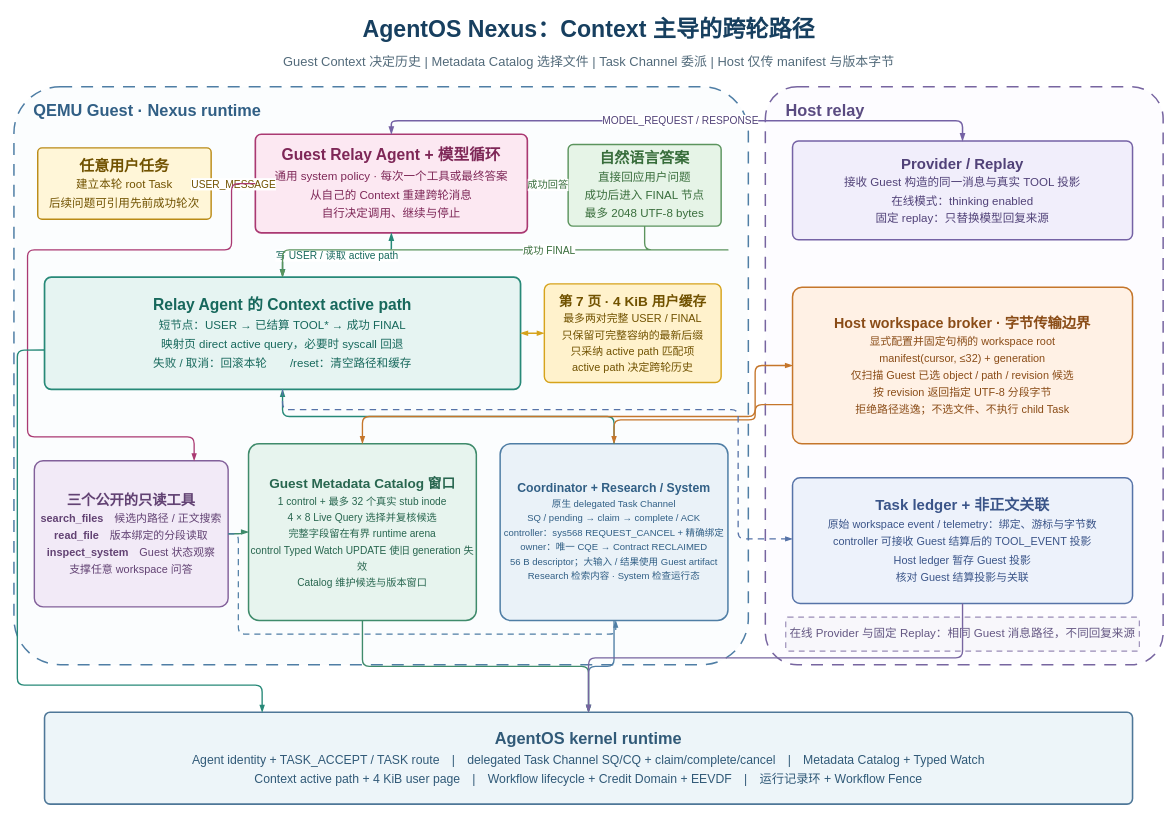
yushugulao/Agent-OS keeps this draw.io diagram as docs/figures/architecture/nexus_runtime_flow.drawio. Above is the earlier version. Source tidied: cells renumbered, new cells numbered last; positions are measured from the earlier drawing's top-left corner, leaving out a move shared by most shapes. Both pictures are drawn from the tidied source at 68%, with x=0, y=0 at pixel (14, 12).
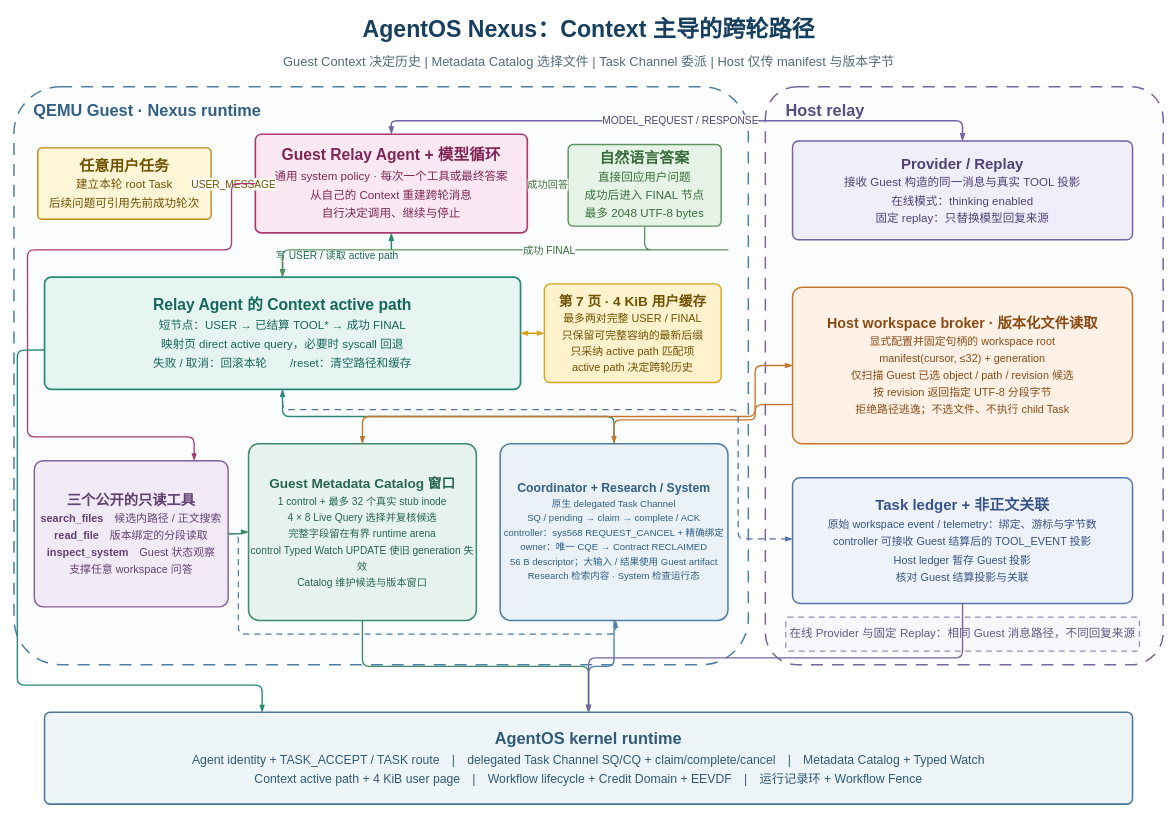
The same diagram, later.

Diff of the diagram source:
```diff
@@
-    <mxCell id="17" value="&lt;b&gt;Host workspace broker · 字节传输边界&lt;/b&gt;&lt;br&gt;&lt;font style=&quot;font-size:16px&quot;&gt;显式配置并固定句柄的 workspace root&lt;br&gt;manifest(cursor, ≤32) + generation&lt;br&gt;仅扫描 Guest 已选 object / path / revision 候选&lt;br&gt;按 revision 返回指定 UTF-8 分段字节&lt;br&gt;拒绝路径逃逸；不选文件、不执行 child Task&lt;/font&gt;" style="rounded=1;whiteSpace=wrap;html=1;fillColor=#FFF1E5;strokeColor=#C5762B;strokeWidth=2.2;align=center;verticalAlign=middle;fontSize=21;fontColor=#8A4C17;fontFamily=Microsoft YaHei;arcSize=6;" parent="1" vertex="1">
+    <mxCell id="17" value="&lt;b&gt;Host workspace broker · 版本化文件读取&lt;/b&gt;&lt;br&gt;&lt;font style=&quot;font-size:16px&quot;&gt;显式配置并固定句柄的 workspace root&lt;br&gt;manifest(cursor, ≤32) + generation&lt;br&gt;仅扫描 Guest 已选 object / path / revision 候选&lt;br&gt;按 revision 返回指定 UTF-8 分段字节&lt;br&gt;拒绝路径逃逸；不选文件、不执行 child Task&lt;/font&gt;" style="rounded=1;whiteSpace=wrap;html=1;fillColor=#FFF1E5;strokeColor=#C5762B;strokeWidth=2.2;align=center;verticalAlign=middle;fontSize=21;fontColor=#8A4C17;fontFamily=Microsoft YaHei;arcSize=6;" parent="1" vertex="1">
       <mxGeometry x="1145" y="405" width="500" height="230" as="geometry" />
     </mxCell>
```
